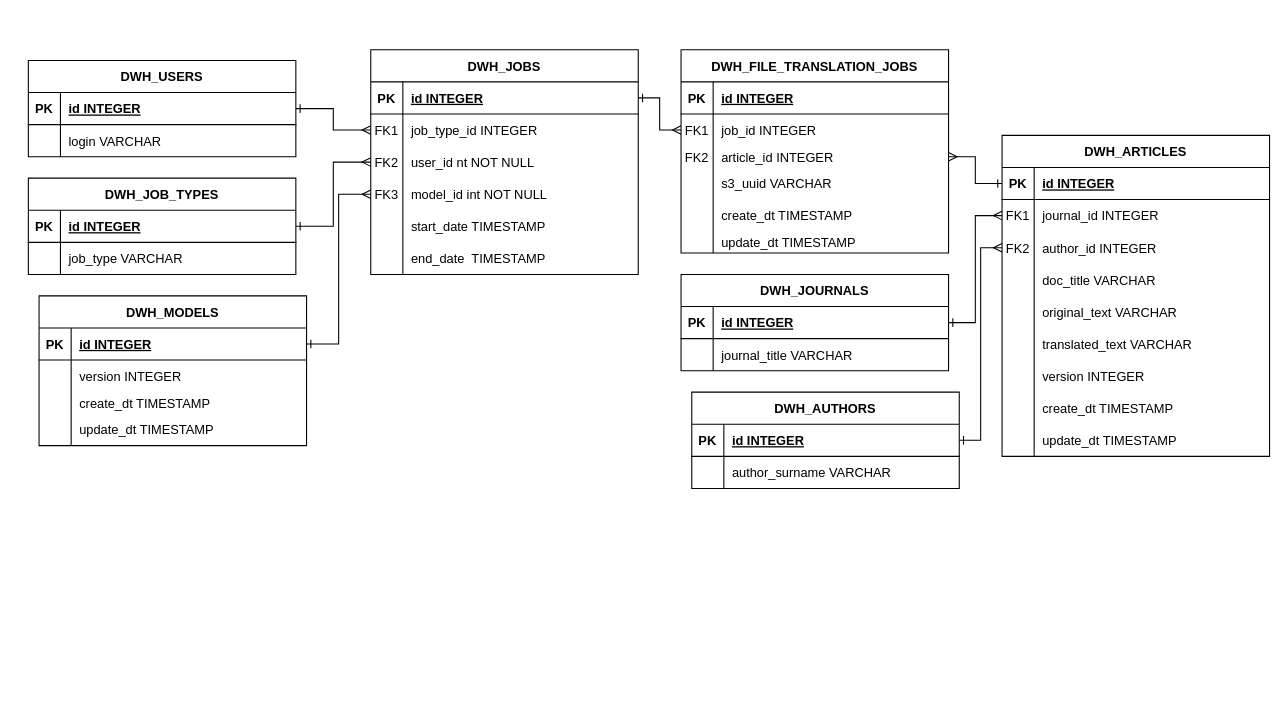
Above: Untitled Diagram.drawio in Dimildizio/system_design (draw.io), before the change. Source tidied: cells renumbered, new cells numbered last; positions are measured from the earlier drawing's top-left corner, leaving out a move shared by most shapes. Both pictures are drawn from the tidied source at 107%, with x=0, y=0 at pixel (28, 49).
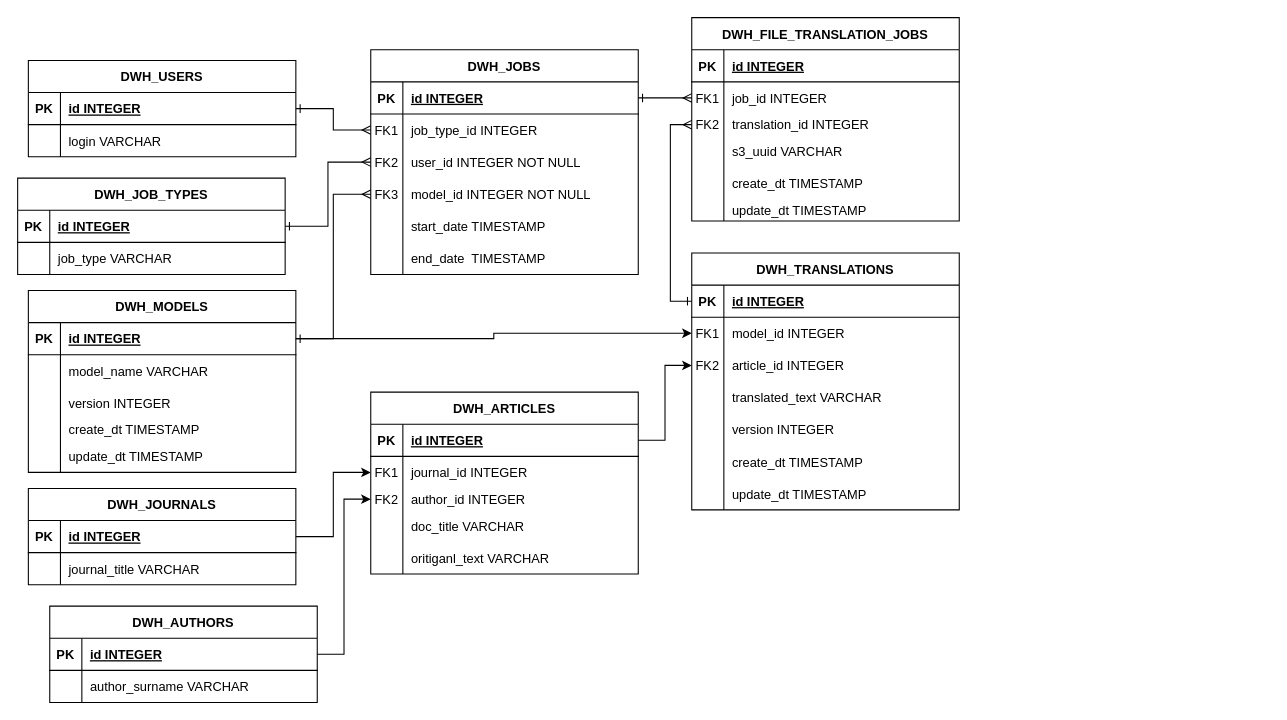
After the change.

Unchanged cells that the change refers to:
```xml
<mxCell id="6" style="shape=partialRectangle;fillColor=none;points=[[0,0.5],[1,0.5]];portConstraint=eastwest;top=0;left=0;right=0;bottom=0;" parent="2" vertex="1">
  <mxGeometry y="60" width="250" height="30" as="geometry" />
</mxCell>
<mxCell id="9" style="shape=partialRectangle;fillColor=none;points=[[0,0.5],[1,0.5]];portConstraint=eastwest;top=0;left=0;right=0;bottom=0;" parent="2" vertex="1">
  <mxGeometry y="90" width="250" height="30" as="geometry" />
</mxCell>
<mxCell id="12" style="shape=partialRectangle;fillColor=none;points=[[0,0.5],[1,0.5]];portConstraint=eastwest;top=0;left=0;right=0;bottom=0;" parent="2" vertex="1">
  <mxGeometry y="120" width="250" height="30" as="geometry" />
</mxCell>
<mxCell id="22" style="shape=partialRectangle;fillColor=none;points=[[0,0.5],[1,0.5]];portConstraint=eastwest;top=0;left=0;right=0;bottom=1;" parent="21" vertex="1">
  <mxGeometry y="30" width="250" height="30" as="geometry" />
</mxCell>
<mxCell id="36" style="shape=partialRectangle;fillColor=none;points=[[0,0.5],[1,0.5]];portConstraint=eastwest;top=0;left=0;right=0;bottom=1;" parent="35" vertex="1">
  <mxGeometry y="30" width="250" height="30" as="geometry" />
</mxCell>
<mxCell id="51" style="shape=partialRectangle;fillColor=none;points=[[0,0.5],[1,0.5]];portConstraint=eastwest;top=0;left=0;right=0;bottom=1;" parent="50" vertex="1">
  <mxGeometry y="30" width="250" height="30" as="geometry" />
</mxCell>
<mxCell id="58" style="shape=partialRectangle;fillColor=none;points=[[0,0.5],[1,0.5]];portConstraint=eastwest;top=0;left=0;right=0;bottom=1;" parent="57" vertex="1">
  <mxGeometry y="30" width="250" height="30" as="geometry" />
</mxCell>
<mxCell id="65" style="shape=partialRectangle;fillColor=none;points=[[0,0.5],[1,0.5]];portConstraint=eastwest;top=0;left=0;right=0;bottom=1;" parent="64" vertex="1">
  <mxGeometry y="30" width="250" height="30" as="geometry" />
</mxCell>
<mxCell id="99" style="shape=partialRectangle;fillColor=none;points=[[0,0.5],[1,0.5]];portConstraint=eastwest;top=0;left=0;right=0;bottom=0;" parent="92" vertex="1">
  <mxGeometry y="90" width="250" height="20" as="geometry" />
</mxCell>
```

Diff of the diagram source:
```diff
@@
-    <mxCell id="11" value="user_id nt NOT NULL" style="shape=partialRectangle;overflow=hidden;fillColor=none;top=0;left=0;bottom=0;right=0;align=left;spacingLeft=6;" parent="9" vertex="1">
+    <mxCell id="11" value="user_id INTEGER NOT NULL" style="shape=partialRectangle;overflow=hidden;fillColor=none;top=0;left=0;bottom=0;right=0;align=left;spacingLeft=6;" parent="9" vertex="1">
       <mxGeometry x="30" width="220" height="30" as="geometry" />
     </mxCell>
@@
-    <mxCell id="14" value="model_id int NOT NULL" style="shape=partialRectangle;overflow=hidden;fillColor=none;top=0;left=0;bottom=0;right=0;align=left;spacingLeft=6;" parent="12" vertex="1">
+    <mxCell id="14" value="model_id INTEGER NOT NULL" style="shape=partialRectangle;overflow=hidden;fillColor=none;top=0;left=0;bottom=0;right=0;align=left;spacingLeft=6;" parent="12" vertex="1">
       <mxGeometry x="30" width="220" height="30" as="geometry" />
     </mxCell>
@@
     <mxCell id="28" value="DWH_JOB_TYPES" style="shape=table;startSize=30;childLayout=tableLayout;rowLines=0;fontStyle=1;align=center;" parent="1" vertex="1">
-      <mxGeometry y="120" width="250" height="90" as="geometry" />
+      <mxGeometry x="-10" y="120" width="250" height="90" as="geometry" />
     </mxCell>
@@
     <mxCell id="35" value="DWH_MODELS" style="shape=table;startSize=30;childLayout=tableLayout;rowLines=0;fontStyle=1;align=center;rotation=0;" parent="1" vertex="1">
-      <mxGeometry x="10" y="230" width="250" height="140" as="geometry" />
+      <mxGeometry y="225" width="250" height="170" as="geometry" />
     </mxCell>
@@
+    <mxCell id="116" style="shape=partialRectangle;fillColor=none;top=0;left=0;right=0;bottom=0;" parent="35" vertex="1">
+      <mxGeometry y="60" width="250" height="30" as="geometry" />
+    </mxCell>
+    <mxCell id="117" style="shape=partialRectangle;overflow=hidden;fillColor=none;top=0;left=0;bottom=0;right=0;" parent="116" vertex="1">
+      <mxGeometry width="30" height="30" as="geometry" />
+    </mxCell>
+    <mxCell id="118" value="model_name VARCHAR" style="shape=partialRectangle;overflow=hidden;fillColor=none;top=0;left=0;bottom=0;right=0;align=left;spacingLeft=6;" parent="116" vertex="1">
+      <mxGeometry x="30" width="220" height="30" as="geometry" />
+    </mxCell>
     <mxCell id="39" style="shape=partialRectangle;fillColor=none;top=0;left=0;right=0;bottom=0;" parent="35" vertex="1">
-      <mxGeometry y="60" width="250" height="30" as="geometry" />
+      <mxGeometry y="90" width="250" height="30" as="geometry" />
     </mxCell>
@@
     <mxCell id="42" style="shape=partialRectangle;fillColor=none;top=0;left=0;right=0;bottom=0;" parent="35" vertex="1">
-      <mxGeometry y="90" width="250" height="20" as="geometry" />
+      <mxGeometry y="120" width="250" height="20" as="geometry" />
     </mxCell>
@@
     <mxCell id="45" style="shape=partialRectangle;fillColor=none;top=0;left=0;right=0;bottom=0;" parent="35" vertex="1">
-      <mxGeometry y="110" width="250" height="30" as="geometry" />
+      <mxGeometry y="140" width="250" height="30" as="geometry" />
     </mxCell>
@@
     <mxCell id="50" value="DWH_JOURNALS" style="shape=table;startSize=30;childLayout=tableLayout;rowLines=0;fontStyle=1;align=center;" parent="1" vertex="1">
-      <mxGeometry x="610" y="210" width="250" height="90" as="geometry" />
+      <mxGeometry y="410" width="250" height="90" as="geometry" />
     </mxCell>
@@
     <mxCell id="57" value="DWH_AUTHORS" style="shape=table;startSize=30;childLayout=tableLayout;rowLines=0;fontStyle=1;align=center;" parent="1" vertex="1">
-      <mxGeometry x="620" y="320" width="250" height="90" as="geometry" />
+      <mxGeometry x="20" y="520" width="250" height="90" as="geometry" />
     </mxCell>
@@
-    <mxCell id="64" value="DWH_ARTICLES" style="shape=table;startSize=30;childLayout=tableLayout;rowLines=0;fontStyle=1;align=center;rotation=0;" parent="1" vertex="1">
-      <mxGeometry x="910" y="80" width="250" height="300" as="geometry" />
+    <mxCell id="64" value="DWH_TRANSLATIONS" style="shape=table;startSize=30;childLayout=tableLayout;rowLines=0;fontStyle=1;align=center;rotation=0;" parent="1" vertex="1">
+      <mxGeometry x="620" y="190" width="250" height="240" as="geometry" />
     </mxCell>
@@
+    <mxCell id="71" style="shape=partialRectangle;fillColor=none;points=[[0,0.5],[1,0.5]];portConstraint=eastwest;top=0;left=0;right=0;bottom=0;" parent="64" vertex="1">
+      <mxGeometry y="60" width="250" height="30" as="geometry" />
+    </mxCell>
+    <mxCell id="72" value="FK1" style="shape=partialRectangle;overflow=hidden;fillColor=none;top=0;left=0;bottom=0;right=0;" parent="71" vertex="1">
+      <mxGeometry width="30" height="30" as="geometry" />
+    </mxCell>
+    <mxCell id="73" value="model_id INTEGER" style="shape=partialRectangle;overflow=hidden;fillColor=none;top=0;left=0;bottom=0;right=0;align=left;spacingLeft=6;" parent="71" vertex="1">
+      <mxGeometry x="30" width="220" height="30" as="geometry" />
+    </mxCell>
     <mxCell id="68" style="shape=partialRectangle;fillColor=none;points=[[0,0.5],[1,0.5]];portConstraint=eastwest;top=0;left=0;right=0;bottom=0;" parent="64" vertex="1">
-      <mxGeometry y="60" width="250" height="30" as="geometry" />
+      <mxGeometry y="90" width="250" height="30" as="geometry" />
     </mxCell>
-    <mxCell id="69" value="FK1" style="shape=partialRectangle;overflow=hidden;fillColor=none;top=0;left=0;bottom=0;right=0;" parent="68" vertex="1">
+    <mxCell id="69" value="FK2" style="shape=partialRectangle;overflow=hidden;fillColor=none;top=0;left=0;bottom=0;right=0;" parent="68" vertex="1">
       <mxGeometry width="30" height="30" as="geometry" />
     </mxCell>
-    <mxCell id="70" value="journal_id INTEGER" style="shape=partialRectangle;overflow=hidden;fillColor=none;top=0;left=0;bottom=0;right=0;align=left;spacingLeft=6;" parent="68" vertex="1">
+    <mxCell id="70" value="article_id INTEGER" style="shape=partialRectangle;overflow=hidden;fillColor=none;top=0;left=0;bottom=0;right=0;align=left;spacingLeft=6;" parent="68" vertex="1">
       <mxGeometry x="30" width="220" height="30" as="geometry" />
     </mxCell>
-    <mxCell id="71" style="shape=partialRectangle;fillColor=none;points=[[0,0.5],[1,0.5]];portConstraint=eastwest;top=0;left=0;right=0;bottom=0;" parent="64" vertex="1">
-      <mxGeometry y="90" width="250" height="30" as="geometry" />
-    </mxCell>
-    <mxCell id="72" value="FK2" style="shape=partialRectangle;overflow=hidden;fillColor=none;top=0;left=0;bottom=0;right=0;" parent="71" vertex="1">
-      <mxGeometry width="30" height="30" as="geometry" />
-    </mxCell>
-    <mxCell id="73" value="author_id INTEGER" style="shape=partialRectangle;overflow=hidden;fillColor=none;top=0;left=0;bottom=0;right=0;align=left;spacingLeft=6;" parent="71" vertex="1">
-      <mxGeometry x="30" width="220" height="30" as="geometry" />
-    </mxCell>
-    <mxCell id="74" style="shape=partialRectangle;fillColor=none;top=0;left=0;right=0;bottom=0;" parent="64" vertex="1">
-      <mxGeometry y="120" width="250" height="30" as="geometry" />
-    </mxCell>
-    <mxCell id="75" style="shape=partialRectangle;overflow=hidden;fillColor=none;top=0;left=0;bottom=0;right=0;" parent="74" vertex="1">
-      <mxGeometry width="30" height="30" as="geometry" />
-    </mxCell>
-    <mxCell id="76" value="doc_title VARCHAR" style="shape=partialRectangle;overflow=hidden;fillColor=none;top=0;left=0;bottom=0;right=0;align=left;spacingLeft=6;" parent="74" vertex="1">
-      <mxGeometry x="30" width="220" height="30" as="geometry" />
-    </mxCell>
-    <mxCell id="77" style="shape=partialRectangle;fillColor=none;top=0;left=0;right=0;bottom=0;" parent="64" vertex="1">
-      <mxGeometry y="150" width="250" height="30" as="geometry" />
-    </mxCell>
-    <mxCell id="78" style="shape=partialRectangle;overflow=hidden;fillColor=none;top=0;left=0;bottom=0;right=0;" parent="77" vertex="1">
-      <mxGeometry width="30" height="30" as="geometry" />
-    </mxCell>
-    <mxCell id="79" value="original_text VARCHAR" style="shape=partialRectangle;overflow=hidden;fillColor=none;top=0;left=0;bottom=0;right=0;align=left;spacingLeft=6;" parent="77" vertex="1">
-      <mxGeometry x="30" width="220" height="30" as="geometry" />
-    </mxCell>
     <mxCell id="80" style="shape=partialRectangle;fillColor=none;top=0;left=0;right=0;bottom=0;" parent="64" vertex="1">
-      <mxGeometry y="180" width="250" height="30" as="geometry" />
+      <mxGeometry y="120" width="250" height="30" as="geometry" />
     </mxCell>
@@
     <mxCell id="83" style="shape=partialRectangle;fillColor=none;top=0;left=0;right=0;bottom=0;" parent="64" vertex="1">
-      <mxGeometry y="210" width="250" height="30" as="geometry" />
+      <mxGeometry y="150" width="250" height="30" as="geometry" />
     </mxCell>
@@
     <mxCell id="86" style="shape=partialRectangle;fillColor=none;top=0;left=0;right=0;bottom=0;" parent="64" vertex="1">
-      <mxGeometry y="240" width="250" height="30" as="geometry" />
+      <mxGeometry y="180" width="250" height="30" as="geometry" />
     </mxCell>
@@
     <mxCell id="89" style="shape=partialRectangle;fillColor=none;top=0;left=0;right=0;bottom=0;" parent="64" vertex="1">
-      <mxGeometry y="270" width="250" height="30" as="geometry" />
+      <mxGeometry y="210" width="250" height="30" as="geometry" />
     </mxCell>
@@
     <mxCell id="92" value="DWH_FILE_TRANSLATION_JOBS" style="shape=table;startSize=30;childLayout=tableLayout;rowLines=0;fontStyle=1;align=center;" parent="1" vertex="1">
-      <mxGeometry x="610" width="250" height="190" as="geometry" />
+      <mxGeometry x="620" y="-30" width="250" height="190" as="geometry" />
     </mxCell>
@@
-    <mxCell id="101" value="article_id INTEGER" style="shape=partialRectangle;overflow=hidden;fillColor=none;top=0;left=0;bottom=0;right=0;align=left;spacingLeft=6;" parent="99" vertex="1">
+    <mxCell id="101" value="translation_id INTEGER" style="shape=partialRectangle;overflow=hidden;fillColor=none;top=0;left=0;bottom=0;right=0;align=left;spacingLeft=6;" parent="99" vertex="1">
       <mxGeometry x="30" width="220" height="20" as="geometry" />
     </mxCell>
@@
+    <mxCell id="115" style="edgeStyle=orthogonalEdgeStyle;rounded=0;jettySize=auto;html=1;exitX=1;exitY=0.5;exitDx=0;exitDy=0;entryX=0;entryY=0.5;entryDx=0;entryDy=0;endArrow=ERmany;endFill=0;startArrow=ERone;startFill=0;" parent="1" edge="1" source="22" target="6">
+      <mxGeometry relative="1" as="geometry" />
+    </mxCell>
+    <mxCell id="119" value="DWH_ARTICLES" style="shape=table;startSize=30;childLayout=tableLayout;rowLines=0;fontStyle=1;align=center;" parent="1" vertex="1">
+      <mxGeometry x="320" y="320" width="250" height="170" as="geometry" />
+    </mxCell>
+    <mxCell id="120" style="shape=partialRectangle;fillColor=none;points=[[0,0.5],[1,0.5]];portConstraint=eastwest;top=0;left=0;right=0;bottom=1;" parent="119" vertex="1">
+      <mxGeometry y="30" width="250" height="30" as="geometry" />
+    </mxCell>
+    <mxCell id="121" value="PK" style="shape=partialRectangle;overflow=hidden;fillColor=none;top=0;left=0;bottom=0;right=0;fontStyle=1;" parent="120" vertex="1">
+      <mxGeometry width="30" height="30" as="geometry" />
+    </mxCell>
+    <mxCell id="122" value="id INTEGER" style="shape=partialRectangle;overflow=hidden;fillColor=none;top=0;left=0;bottom=0;right=0;align=left;spacingLeft=6;fontStyle=5;" parent="120" vertex="1">
+      <mxGeometry x="30" width="220" height="30" as="geometry" />
+    </mxCell>
+    <mxCell id="123" style="shape=partialRectangle;fillColor=none;points=[[0,0.5],[1,0.5]];portConstraint=eastwest;top=0;left=0;right=0;bottom=0;" parent="119" vertex="1">
+      <mxGeometry y="60" width="250" height="30" as="geometry" />
+    </mxCell>
+    <mxCell id="124" value="FK1" style="shape=partialRectangle;overflow=hidden;fillColor=none;top=0;left=0;bottom=0;right=0;" parent="123" vertex="1">
+      <mxGeometry width="30" height="30" as="geometry" />
+    </mxCell>
+    <mxCell id="125" value="journal_id INTEGER" style="shape=partialRectangle;overflow=hidden;fillColor=none;top=0;left=0;bottom=0;right=0;align=left;spacingLeft=6;" parent="123" vertex="1">
+      <mxGeometry x="30" width="220" height="30" as="geometry" />
+    </mxCell>
+    <mxCell id="126" style="shape=partialRectangle;fillColor=none;points=[[0,0.5],[1,0.5]];portConstraint=eastwest;top=0;left=0;right=0;bottom=0;" parent="119" vertex="1">
+      <mxGeometry y="90" width="250" height="20" as="geometry" />
+    </mxCell>
+    <mxCell id="127" value="FK2" style="shape=partialRectangle;overflow=hidden;fillColor=none;top=0;left=0;bottom=0;right=0;" parent="126" vertex="1">
+      <mxGeometry width="30" height="20" as="geometry" />
+    </mxCell>
+    <mxCell id="128" value="author_id INTEGER" style="shape=partialRectangle;overflow=hidden;fillColor=none;top=0;left=0;bottom=0;right=0;align=left;spacingLeft=6;" parent="126" vertex="1">
+      <mxGeometry x="30" width="220" height="20" as="geometry" />
+    </mxCell>
+    <mxCell id="129" style="shape=partialRectangle;fillColor=none;top=0;left=0;right=0;bottom=0;" parent="119" vertex="1">
+      <mxGeometry y="110" width="250" height="30" as="geometry" />
+    </mxCell>
+    <mxCell id="130" style="shape=partialRectangle;overflow=hidden;fillColor=none;top=0;left=0;bottom=0;right=0;" parent="129" vertex="1">
+      <mxGeometry width="30" height="30" as="geometry" />
+    </mxCell>
+    <mxCell id="76" value="doc_title VARCHAR" style="shape=partialRectangle;overflow=hidden;fillColor=none;top=0;left=0;bottom=0;right=0;align=left;spacingLeft=6;" parent="129" vertex="1">
+      <mxGeometry x="30" width="220" height="30" as="geometry" />
+    </mxCell>
+    <mxCell id="131" style="shape=partialRectangle;fillColor=none;top=0;left=0;right=0;bottom=0;" parent="119" vertex="1">
+      <mxGeometry y="140" width="250" height="30" as="geometry" />
+    </mxCell>
+    <mxCell id="132" style="shape=partialRectangle;overflow=hidden;fillColor=none;top=0;left=0;bottom=0;right=0;" parent="131" vertex="1">
+      <mxGeometry width="30" height="30" as="geometry" />
+    </mxCell>
+    <mxCell id="133" value="oritiganl_text VARCHAR" style="shape=partialRectangle;overflow=hidden;fillColor=none;top=0;left=0;bottom=0;right=0;align=left;spacingLeft=6;" parent="131" vertex="1">
+      <mxGeometry x="30" width="220" height="30" as="geometry" />
+    </mxCell>
+    <mxCell id="134" style="edgeStyle=orthogonalEdgeStyle;rounded=0;jettySize=auto;html=1;exitX=1;exitY=0.5;exitDx=0;exitDy=0;entryX=0;entryY=0.5;entryDx=0;entryDy=0;" parent="1" edge="1" source="120" target="68">
+      <mxGeometry relative="1" as="geometry" />
+    </mxCell>
+    <mxCell id="135" style="edgeStyle=orthogonalEdgeStyle;rounded=0;jettySize=auto;html=1;exitX=1;exitY=0.5;exitDx=0;exitDy=0;entryX=0;entryY=0.5;entryDx=0;entryDy=0;" parent="1" edge="1" source="36" target="71">
+      <mxGeometry relative="1" as="geometry" />
+    </mxCell>
-    <mxCell id="112" style="edgeStyle=orthogonalEdgeStyle;rounded=0;jettySize=auto;html=1;exitX=0;exitY=0.5;exitDx=0;exitDy=0;entryX=1;entryY=0.5;entryDx=0;entryDy=0;endArrow=ERmany;endFill=0;startArrow=ERone;startFill=0;" parent="1" edge="1" source="65" target="99">
+    <mxCell id="112" style="edgeStyle=orthogonalEdgeStyle;rounded=0;jettySize=auto;html=1;exitX=0;exitY=0.5;exitDx=0;exitDy=0;entryX=0;entryY=0.5;entryDx=0;entryDy=0;endArrow=ERmany;endFill=0;startArrow=ERone;startFill=0;" parent="1" edge="1" source="65" target="99">
       <mxGeometry relative="1" as="geometry" />
     </mxCell>
-    <mxCell id="113" style="edgeStyle=orthogonalEdgeStyle;rounded=0;jettySize=auto;html=1;exitX=1;exitY=0.5;exitDx=0;exitDy=0;entryX=0;entryY=0.5;entryDx=0;entryDy=0;endArrow=ERmany;endFill=0;startArrow=ERone;startFill=0;" parent="1" edge="1" source="58" target="71">
-      <mxGeometry relative="1" as="geometry" />
-    </mxCell>
-    <mxCell id="114" style="edgeStyle=orthogonalEdgeStyle;rounded=0;jettySize=auto;html=1;exitX=1;exitY=0.5;exitDx=0;exitDy=0;entryX=0;entryY=0.5;entryDx=0;entryDy=0;endArrow=ERmany;endFill=0;startArrow=ERone;startFill=0;" parent="1" edge="1" source="51" target="68">
-      <mxGeometry relative="1" as="geometry" />
-    </mxCell>
-    <mxCell id="115" style="edgeStyle=orthogonalEdgeStyle;rounded=0;jettySize=auto;html=1;exitX=1;exitY=0.5;exitDx=0;exitDy=0;entryX=0;entryY=0.5;entryDx=0;entryDy=0;endArrow=ERmany;endFill=0;startArrow=ERone;startFill=0;" parent="1" edge="1" source="22" target="6">
-      <mxGeometry relative="1" as="geometry" />
-    </mxCell>
+    <mxCell id="136" style="edgeStyle=orthogonalEdgeStyle;rounded=0;jettySize=auto;html=1;exitX=1;exitY=0.5;exitDx=0;exitDy=0;entryX=0;entryY=0.5;entryDx=0;entryDy=0;" parent="1" edge="1" source="51" target="123">
+      <mxGeometry relative="1" as="geometry" />
+    </mxCell>
+    <mxCell id="137" style="edgeStyle=orthogonalEdgeStyle;rounded=0;jettySize=auto;html=1;exitX=1;exitY=0.5;exitDx=0;exitDy=0;entryX=0;entryY=0.5;entryDx=0;entryDy=0;" parent="1" edge="1" source="58" target="126">
+      <mxGeometry relative="1" as="geometry" />
+    </mxCell>
```
